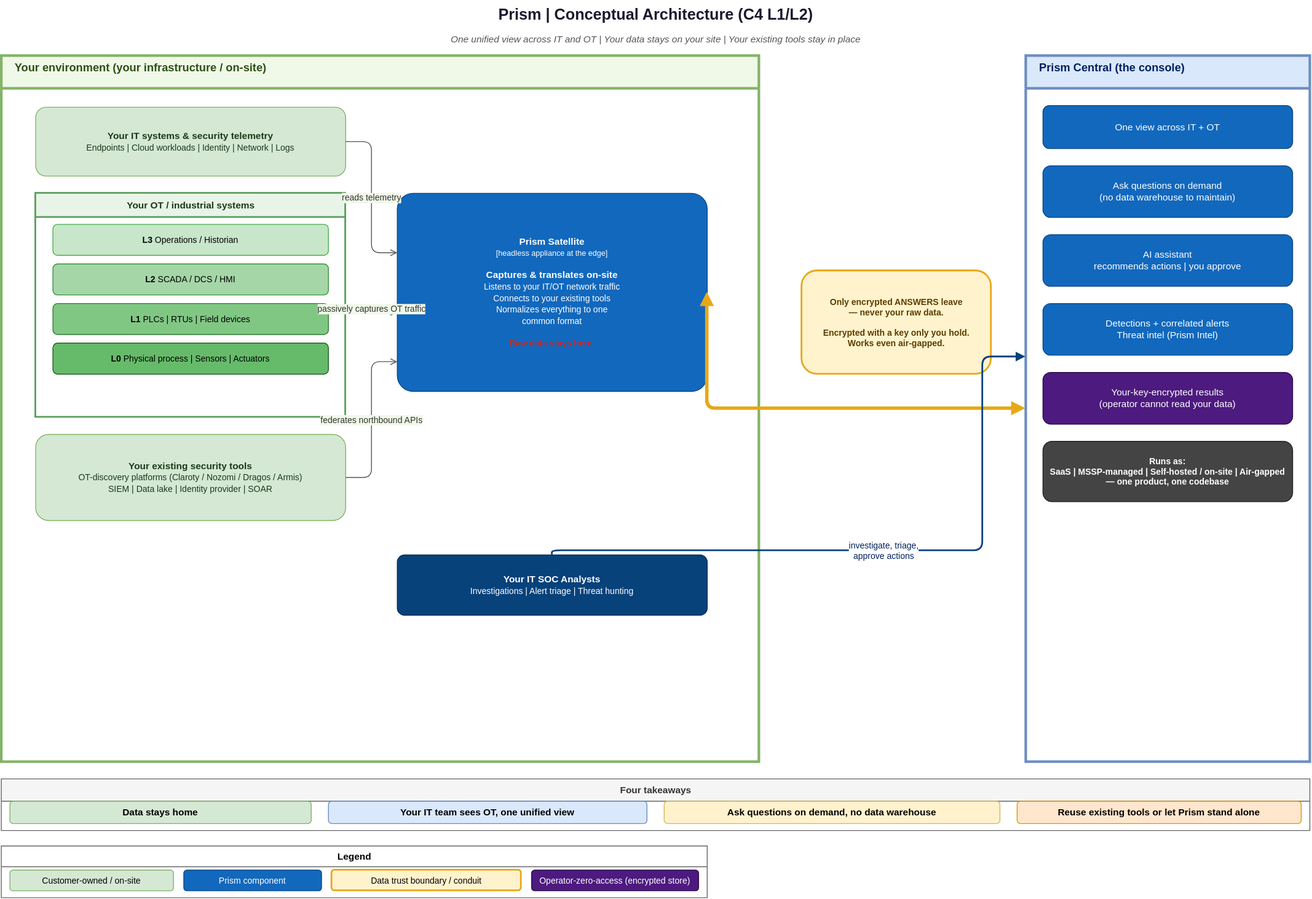
Above: specs/day2-design-decisions/diagrams/prism-architecture-conceptual.drawio.svg in drbothen/prism (draw.io), before the change. Source tidied: cells renumbered, new cells last; positions are measured from the earlier drawing's top-left corner, leaving out a move shared by most shapes. The source it was exported from:
```xml
<mxGraphModel>
  <root>
    <mxCell id="0" />
    <mxCell id="1" parent="0" />
    <mxCell id="2" value="Prism  |  Conceptual Architecture  (C4 L1/L2)" style="text;html=1;align=center;fontStyle=1;fontSize=18;fontColor=#1a1a2e;" parent="1" vertex="1">
      <mxGeometry width="1520" height="32" as="geometry" />
    </mxCell>
    <mxCell id="3" value="One unified view across IT and OT  |  Your data stays on your site  |  Your existing tools stay in place" style="text;html=1;align=center;fontSize=11;fontColor=#555555;fontStyle=2;" parent="1" vertex="1">
      <mxGeometry y="32" width="1520" height="20" as="geometry" />
    </mxCell>
    <mxCell id="4" value="Your environment  (your infrastructure / on-site)" style="swimlane;startSize=38;html=1;fontStyle=1;fontSize=13;fillColor=#f0f8e8;strokeColor=#82b366;strokeWidth=3;fontColor=#2d5016;verticalAlign=top;align=left;spacingLeft=14;" parent="1" vertex="1">
      <mxGeometry y="64" width="880" height="820" as="geometry" />
    </mxCell>
    <mxCell id="5" value="&lt;b&gt;Your IT systems &amp;amp; security telemetry&lt;/b&gt;&lt;br&gt;&lt;font style='font-size:10px'&gt;Endpoints  |  Cloud workloads  |  Identity  |  Network  |  Logs&lt;/font&gt;" style="rounded=1;whiteSpace=wrap;html=1;fillColor=#d5e8d4;strokeColor=#82b366;fontSize=11;fontColor=#1a3a1a;" parent="4" vertex="1">
      <mxGeometry x="40" y="60" width="360" height="80" as="geometry" />
    </mxCell>
    <mxCell id="6" value="Your OT / industrial systems" style="swimlane;startSize=28;html=1;fontStyle=1;fontSize=11;fillColor=#e8f4e8;strokeColor=#5a9e5a;strokeWidth=2;fontColor=#1a3a1a;" parent="4" vertex="1">
      <mxGeometry x="40" y="160" width="360" height="260" as="geometry" />
    </mxCell>
    <mxCell id="7" value="&lt;b&gt;L3&lt;/b&gt;  Operations / Historian" style="rounded=1;whiteSpace=wrap;html=1;fillColor=#c8e6c9;strokeColor=#4caf50;fontSize=10;" parent="6" vertex="1">
      <mxGeometry x="20" y="36" width="320" height="36" as="geometry" />
    </mxCell>
    <mxCell id="8" value="&lt;b&gt;L2&lt;/b&gt;  SCADA / DCS / HMI" style="rounded=1;whiteSpace=wrap;html=1;fillColor=#a5d6a7;strokeColor=#388e3c;fontSize=10;" parent="6" vertex="1">
      <mxGeometry x="20" y="82" width="320" height="36" as="geometry" />
    </mxCell>
    <mxCell id="9" value="&lt;b&gt;L1&lt;/b&gt;  PLCs  |  RTUs  |  Field devices" style="rounded=1;whiteSpace=wrap;html=1;fillColor=#81c784;strokeColor=#2e7d32;fontSize=10;" parent="6" vertex="1">
      <mxGeometry x="20" y="128" width="320" height="36" as="geometry" />
    </mxCell>
    <mxCell id="10" value="&lt;b&gt;L0&lt;/b&gt;  Physical process  |  Sensors  |  Actuators" style="rounded=1;whiteSpace=wrap;html=1;fillColor=#66bb6a;strokeColor=#1b5e20;fontSize=10;" parent="6" vertex="1">
      <mxGeometry x="20" y="174" width="320" height="36" as="geometry" />
    </mxCell>
    <mxCell id="11" value="&lt;b&gt;Your existing security tools&lt;/b&gt;&lt;br&gt;&lt;font style='font-size:10px'&gt;OT-discovery platforms (Claroty / Nozomi / Dragos / Armis)&lt;br&gt;SIEM  |  Data lake  |  Identity provider  |  SOAR&lt;/font&gt;" style="rounded=1;whiteSpace=wrap;html=1;fillColor=#d5e8d4;strokeColor=#82b366;fontSize=11;fontColor=#1a3a1a;" parent="4" vertex="1">
      <mxGeometry x="40" y="440" width="360" height="100" as="geometry" />
    </mxCell>
    <mxCell id="12" value="&lt;b&gt;Prism Satellite&lt;/b&gt;&lt;br&gt;&lt;font style='font-size:9px'&gt;[headless appliance at the edge]&lt;/font&gt;&lt;br&gt;&lt;br&gt;&lt;b&gt;Captures &amp;amp; translates on-site&lt;/b&gt;&lt;br&gt;&lt;font style='font-size:10px'&gt;Listens to your IT/OT network traffic&lt;br&gt;Connects to your existing tools&lt;br&gt;Normalizes everything to one&lt;br&gt;common format&lt;/font&gt;&lt;br&gt;&lt;br&gt;&lt;font style='font-size:10px;color:#c62828'&gt;&lt;b&gt;Raw data stays here.&lt;/b&gt;&lt;/font&gt;" style="rounded=1;whiteSpace=wrap;html=1;fillColor=#1168BD;strokeColor=#0B4884;fontColor=#ffffff;arcSize=8;fontSize=11;" parent="4" vertex="1">
      <mxGeometry x="460" y="160" width="360" height="230" as="geometry" />
    </mxCell>
    <mxCell id="13" value="reads telemetry" style="edgeStyle=orthogonalEdgeStyle;html=1;fontSize=10;endArrow=open;strokeColor=#555555;fontColor=#333333;labelBackgroundColor=#f0f8e8;exitX=1;exitY=0.5;entryX=0;entryY=0.3;" parent="4" edge="1" source="5" target="12">
      <mxGeometry relative="1" as="geometry" />
    </mxCell>
    <mxCell id="14" value="passively captures OT traffic" style="edgeStyle=orthogonalEdgeStyle;html=1;fontSize=10;endArrow=open;strokeColor=#555555;fontColor=#333333;labelBackgroundColor=#f0f8e8;exitX=1;exitY=0.5;entryX=0;entryY=0.6;" parent="4" edge="1" source="6" target="12">
      <mxGeometry relative="1" as="geometry" />
    </mxCell>
    <mxCell id="15" value="federates northbound APIs" style="edgeStyle=orthogonalEdgeStyle;html=1;fontSize=10;endArrow=open;strokeColor=#555555;fontColor=#333333;labelBackgroundColor=#f0f8e8;exitX=1;exitY=0.5;entryX=0;entryY=0.85;" parent="4" edge="1" source="11" target="12">
      <mxGeometry relative="1" as="geometry" />
    </mxCell>
    <mxCell id="16" value="&lt;b&gt;Your IT SOC Analysts&lt;/b&gt;&lt;br&gt;&lt;font style='font-size:10px'&gt;Investigations  |  Alert triage  |  Threat hunting&lt;/font&gt;" style="rounded=1;whiteSpace=wrap;html=1;fillColor=#08427B;strokeColor=#052E56;fontColor=#ffffff;arcSize=12;fontSize=11;" parent="4" vertex="1">
      <mxGeometry x="460" y="580" width="360" height="70" as="geometry" />
    </mxCell>
    <mxCell id="17" value="Only encrypted ANSWERS leave&#10;— never your raw data.&#10;&#10;Encrypted with a key only you hold.&#10;Works even air-gapped." style="rounded=1;whiteSpace=wrap;html=1;fillColor=#fff3cd;strokeColor=#e6a817;strokeWidth=2;fontSize=10;fontStyle=1;fontColor=#5c3d00;" parent="1" vertex="1">
      <mxGeometry x="930" y="314" width="220" height="120" as="geometry" />
    </mxCell>
    <mxCell id="18" style="edgeStyle=orthogonalEdgeStyle;html=1;endArrow=block;startArrow=block;startFill=1;endFill=1;strokeColor=#e6a817;strokeWidth=4;exitX=1;exitY=0.5;exitDx=0;exitDy=0;entryX=0;entryY=0.5;entryDx=0;entryDy=0;" parent="1" edge="1" source="12" target="19">
      <mxGeometry relative="1" as="geometry">
        <Array as="points">
          <mxPoint x="910" y="474" />
          <mxPoint x="910" y="474" />
        </Array>
      </mxGeometry>
    </mxCell>
    <mxCell id="19" value="Prism Central  (the console)" style="swimlane;startSize=38;html=1;fontStyle=1;fontSize=13;fillColor=#dae8fc;strokeColor=#6c8ebf;strokeWidth=3;fontColor=#002060;verticalAlign=top;align=left;spacingLeft=14;" parent="1" vertex="1">
      <mxGeometry x="1190" y="64" width="330" height="820" as="geometry" />
    </mxCell>
    <mxCell id="20" value="One view across IT + OT" style="rounded=1;whiteSpace=wrap;html=1;fillColor=#1168BD;strokeColor=#0B4884;fontColor=#ffffff;fontSize=11;" parent="19" vertex="1">
      <mxGeometry x="20" y="58" width="290" height="50" as="geometry" />
    </mxCell>
    <mxCell id="21" value="Ask questions on demand&#10;(no data warehouse to maintain)" style="rounded=1;whiteSpace=wrap;html=1;fillColor=#1168BD;strokeColor=#0B4884;fontColor=#ffffff;fontSize=11;" parent="19" vertex="1">
      <mxGeometry x="20" y="128" width="290" height="60" as="geometry" />
    </mxCell>
    <mxCell id="22" value="AI assistant&#10;recommends actions  |  you approve" style="rounded=1;whiteSpace=wrap;html=1;fillColor=#1168BD;strokeColor=#0B4884;fontColor=#ffffff;fontSize=11;" parent="19" vertex="1">
      <mxGeometry x="20" y="208" width="290" height="60" as="geometry" />
    </mxCell>
    <mxCell id="23" value="Detections + correlated alerts&#10;Threat intel (Prism Intel)" style="rounded=1;whiteSpace=wrap;html=1;fillColor=#1168BD;strokeColor=#0B4884;fontColor=#ffffff;fontSize=11;" parent="19" vertex="1">
      <mxGeometry x="20" y="288" width="290" height="60" as="geometry" />
    </mxCell>
    <mxCell id="24" value="Your-key-encrypted results&#10;(operator cannot read your data)" style="rounded=1;whiteSpace=wrap;html=1;fillColor=#4d1a7f;strokeColor=#2e0d4d;fontColor=#ffffff;fontSize=11;" parent="19" vertex="1">
      <mxGeometry x="20" y="368" width="290" height="60" as="geometry" />
    </mxCell>
    <mxCell id="25" value="Runs as:&#10;SaaS  |  MSSP-managed  |  Self-hosted / on-site  |  Air-gapped&#10;— one product, one codebase" style="rounded=1;whiteSpace=wrap;html=1;fillColor=#444444;strokeColor=#222222;fontColor=#ffffff;fontSize=10;fontStyle=1;" parent="19" vertex="1">
      <mxGeometry x="20" y="448" width="290" height="70" as="geometry" />
    </mxCell>
    <mxCell id="26" value="investigate, triage,&#10;approve actions" style="edgeStyle=orthogonalEdgeStyle;html=1;fontSize=10;endArrow=block;strokeColor=#08427B;strokeWidth=2;fontColor=#002060;labelBackgroundColor=#ffffff;" parent="1" edge="1" source="16" target="19">
      <mxGeometry relative="1" as="geometry">
        <Array as="points">
          <mxPoint x="1140" y="639" />
          <mxPoint x="1140" y="414" />
        </Array>
      </mxGeometry>
    </mxCell>
    <mxCell id="27" value="Four takeaways" style="swimlane;startSize=26;html=1;fontStyle=1;fontSize=11;fillColor=#f5f5f5;strokeColor=#666666;fontColor=#333333;" parent="1" vertex="1">
      <mxGeometry y="904" width="1520" height="60" as="geometry" />
    </mxCell>
    <mxCell id="28" value="Data stays home" style="rounded=1;whiteSpace=wrap;html=1;fillColor=#d5e8d4;strokeColor=#82b366;fontSize=11;fontStyle=1;" parent="27" vertex="1">
      <mxGeometry x="10" y="26" width="350" height="26" as="geometry" />
    </mxCell>
    <mxCell id="29" value="Your IT team sees OT, one unified view" style="rounded=1;whiteSpace=wrap;html=1;fillColor=#dae8fc;strokeColor=#6c8ebf;fontSize=11;fontStyle=1;" parent="27" vertex="1">
      <mxGeometry x="380" y="26" width="370" height="26" as="geometry" />
    </mxCell>
    <mxCell id="30" value="Ask questions on demand, no data warehouse" style="rounded=1;whiteSpace=wrap;html=1;fillColor=#fff2cc;strokeColor=#d6b656;fontSize=11;fontStyle=1;" parent="27" vertex="1">
      <mxGeometry x="770" y="26" width="390" height="26" as="geometry" />
    </mxCell>
    <mxCell id="31" value="Reuse existing tools or let Prism stand alone" style="rounded=1;whiteSpace=wrap;html=1;fillColor=#ffe6cc;strokeColor=#d79b00;fontSize=11;fontStyle=1;" parent="27" vertex="1">
      <mxGeometry x="1180" y="26" width="330" height="26" as="geometry" />
    </mxCell>
    <mxCell id="32" value="Legend" style="swimlane;startSize=24;html=1;fontStyle=1;fontSize=11;fillColor=#ffffff;strokeColor=#666666;" parent="1" vertex="1">
      <mxGeometry y="982" width="820" height="60" as="geometry" />
    </mxCell>
    <mxCell id="33" value="Customer-owned / on-site" style="rounded=1;whiteSpace=wrap;html=1;fillColor=#d5e8d4;strokeColor=#82b366;fontSize=10;" parent="32" vertex="1">
      <mxGeometry x="10" y="28" width="190" height="24" as="geometry" />
    </mxCell>
    <mxCell id="34" value="Prism component" style="rounded=1;whiteSpace=wrap;html=1;fillColor=#1168BD;strokeColor=#0B4884;fontColor=#ffffff;fontSize=10;" parent="32" vertex="1">
      <mxGeometry x="212" y="28" width="160" height="24" as="geometry" />
    </mxCell>
    <mxCell id="35" value="Data trust boundary / conduit" style="rounded=1;whiteSpace=wrap;html=1;fillColor=#fff3cd;strokeColor=#e6a817;strokeWidth=2;fontSize=10;" parent="32" vertex="1">
      <mxGeometry x="384" y="28" width="220" height="24" as="geometry" />
    </mxCell>
    <mxCell id="36" value="Operator-zero-access (encrypted store)" style="rounded=1;whiteSpace=wrap;html=1;fillColor=#4d1a7f;strokeColor=#2e0d4d;fontColor=#ffffff;fontSize=10;" parent="32" vertex="1">
      <mxGeometry x="616" y="28" width="194" height="24" as="geometry" />
    </mxCell>
  </root>
</mxGraphModel>
```
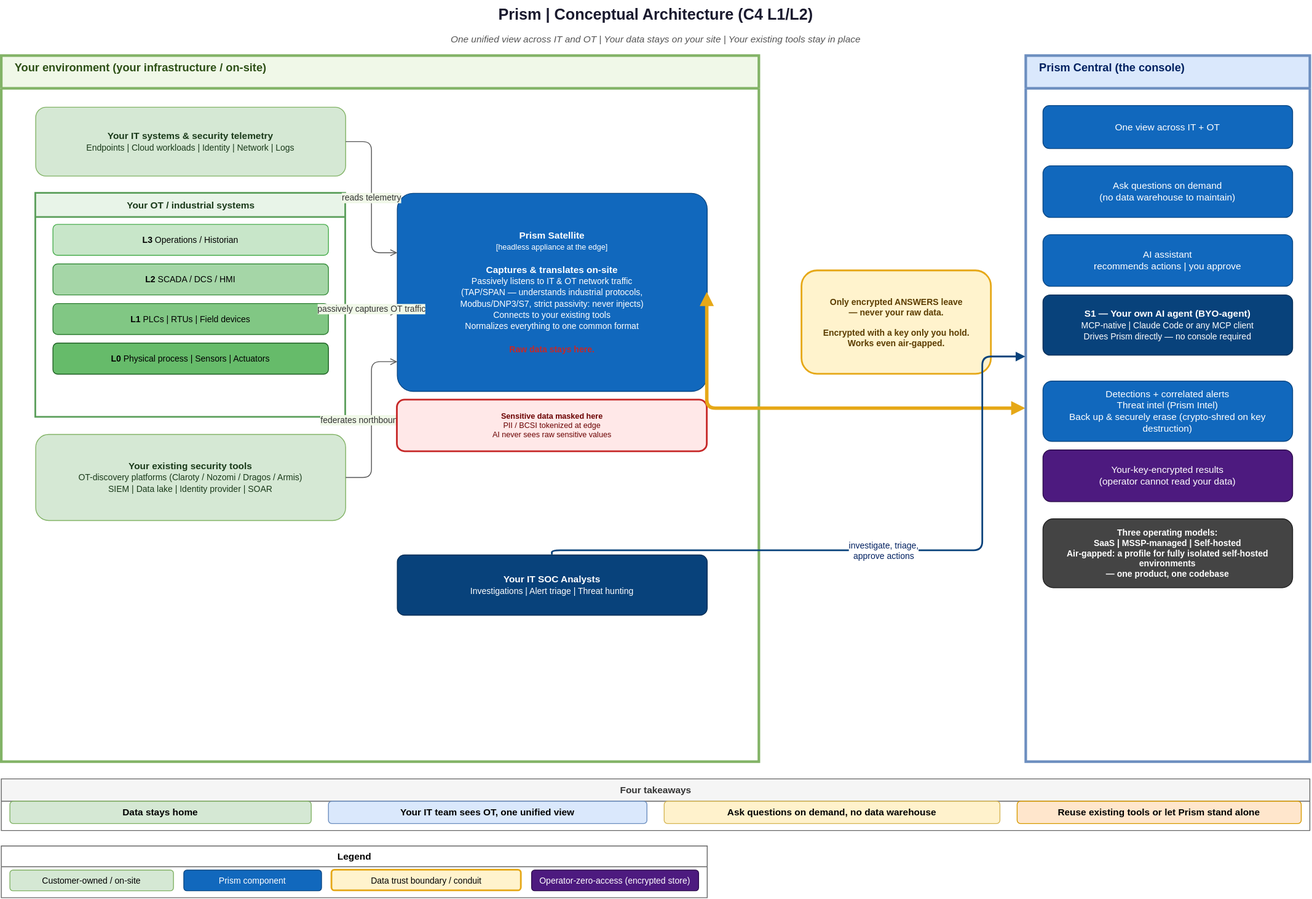
Later version of the same file.

Change to the diagram source:
```diff
@@ -32,7 +32,7 @@
     <mxCell id="11" value="&lt;b&gt;Your existing security tools&lt;/b&gt;&lt;br&gt;&lt;font style='font-size:10px'&gt;OT-discovery platforms (Claroty / Nozomi / Dragos / Armis)&lt;br&gt;SIEM  |  Data lake  |  Identity provider  |  SOAR&lt;/font&gt;" style="rounded=1;whiteSpace=wrap;html=1;fillColor=#d5e8d4;strokeColor=#82b366;fontSize=11;fontColor=#1a3a1a;" parent="4" vertex="1">
       <mxGeometry x="40" y="440" width="360" height="100" as="geometry" />
     </mxCell>
-    <mxCell id="12" value="&lt;b&gt;Prism Satellite&lt;/b&gt;&lt;br&gt;&lt;font style='font-size:9px'&gt;[headless appliance at the edge]&lt;/font&gt;&lt;br&gt;&lt;br&gt;&lt;b&gt;Captures &amp;amp; translates on-site&lt;/b&gt;&lt;br&gt;&lt;font style='font-size:10px'&gt;Listens to your IT/OT network traffic&lt;br&gt;Connects to your existing tools&lt;br&gt;Normalizes everything to one&lt;br&gt;common format&lt;/font&gt;&lt;br&gt;&lt;br&gt;&lt;font style='font-size:10px;color:#c62828'&gt;&lt;b&gt;Raw data stays here.&lt;/b&gt;&lt;/font&gt;" style="rounded=1;whiteSpace=wrap;html=1;fillColor=#1168BD;strokeColor=#0B4884;fontColor=#ffffff;arcSize=8;fontSize=11;" parent="4" vertex="1">
+    <mxCell id="12" value="&lt;b&gt;Prism Satellite&lt;/b&gt;&lt;br&gt;&lt;font style='font-size:9px'&gt;[headless appliance at the edge]&lt;/font&gt;&lt;br&gt;&lt;br&gt;&lt;b&gt;Captures &amp;amp; translates on-site&lt;/b&gt;&lt;br&gt;&lt;font style='font-size:10px'&gt;Passively listens to IT &amp;amp; OT network traffic&lt;br&gt;(TAP/SPAN — understands industrial protocols,&lt;br&gt;Modbus/DNP3/S7, strict passivity: never injects)&lt;br&gt;Connects to your existing tools&lt;br&gt;Normalizes everything to one common format&lt;/font&gt;&lt;br&gt;&lt;br&gt;&lt;font style='font-size:10px;color:#c62828'&gt;&lt;b&gt;Raw data stays here.&lt;/b&gt;&lt;/font&gt;" style="rounded=1;whiteSpace=wrap;html=1;fillColor=#1168BD;strokeColor=#0B4884;fontColor=#ffffff;arcSize=8;fontSize=11;" parent="4" vertex="1">
       <mxGeometry x="460" y="160" width="360" height="230" as="geometry" />
     </mxCell>
     <mxCell id="13" value="reads telemetry" style="edgeStyle=orthogonalEdgeStyle;html=1;fontSize=10;endArrow=open;strokeColor=#555555;fontColor=#333333;labelBackgroundColor=#f0f8e8;exitX=1;exitY=0.5;entryX=0;entryY=0.3;" parent="4" edge="1" source="5" target="12">
@@ -44,6 +44,9 @@
     <mxCell id="15" value="federates northbound APIs" style="edgeStyle=orthogonalEdgeStyle;html=1;fontSize=10;endArrow=open;strokeColor=#555555;fontColor=#333333;labelBackgroundColor=#f0f8e8;exitX=1;exitY=0.5;entryX=0;entryY=0.85;" parent="4" edge="1" source="11" target="12">
       <mxGeometry relative="1" as="geometry" />
     </mxCell>
+    <mxCell id="37" value="&lt;font style='font-size:9px;color:#6a0000'&gt;&lt;b&gt;Sensitive data masked here&lt;/b&gt;&lt;br&gt;PII / BCSI tokenized at edge&lt;br&gt;AI never sees raw sensitive values&lt;/font&gt;" style="rounded=1;whiteSpace=wrap;html=1;fillColor=#ffe8e8;strokeColor=#c62828;strokeWidth=2;fontSize=9;" parent="4" vertex="1">
+      <mxGeometry x="460" y="400" width="360" height="60" as="geometry" />
+    </mxCell>
     <mxCell id="16" value="&lt;b&gt;Your IT SOC Analysts&lt;/b&gt;&lt;br&gt;&lt;font style='font-size:10px'&gt;Investigations  |  Alert triage  |  Threat hunting&lt;/font&gt;" style="rounded=1;whiteSpace=wrap;html=1;fillColor=#08427B;strokeColor=#052E56;fontColor=#ffffff;arcSize=12;fontSize=11;" parent="4" vertex="1">
       <mxGeometry x="460" y="580" width="360" height="70" as="geometry" />
     </mxCell>
@@ -70,14 +73,17 @@
     <mxCell id="22" value="AI assistant&#10;recommends actions  |  you approve" style="rounded=1;whiteSpace=wrap;html=1;fillColor=#1168BD;strokeColor=#0B4884;fontColor=#ffffff;fontSize=11;" parent="19" vertex="1">
       <mxGeometry x="20" y="208" width="290" height="60" as="geometry" />
     </mxCell>
+    <mxCell id="38" value="&lt;b&gt;S1 — Your own AI agent (BYO-agent)&lt;/b&gt;&lt;br&gt;&lt;font style='font-size:10px'&gt;MCP-native  |  Claude Code or any MCP client&lt;br&gt;Drives Prism directly — no console required&lt;/font&gt;" style="rounded=1;whiteSpace=wrap;html=1;fillColor=#08427B;strokeColor=#052E56;fontColor=#ffffff;arcSize=12;fontSize=11;" parent="19" vertex="1">
+      <mxGeometry x="20" y="278" width="290" height="70" as="geometry" />
+    </mxCell>
-    <mxCell id="23" value="Detections + correlated alerts&#10;Threat intel (Prism Intel)" style="rounded=1;whiteSpace=wrap;html=1;fillColor=#1168BD;strokeColor=#0B4884;fontColor=#ffffff;fontSize=11;" parent="19" vertex="1">
-      <mxGeometry x="20" y="288" width="290" height="60" as="geometry" />
+    <mxCell id="23" value="Detections + correlated alerts&#10;Threat intel (Prism Intel)&#10;Back up &amp;amp; securely erase (crypto-shred on key destruction)" style="rounded=1;whiteSpace=wrap;html=1;fillColor=#1168BD;strokeColor=#0B4884;fontColor=#ffffff;fontSize=11;" parent="19" vertex="1">
+      <mxGeometry x="20" y="378" width="290" height="70" as="geometry" />
     </mxCell>
     <mxCell id="24" value="Your-key-encrypted results&#10;(operator cannot read your data)" style="rounded=1;whiteSpace=wrap;html=1;fillColor=#4d1a7f;strokeColor=#2e0d4d;fontColor=#ffffff;fontSize=11;" parent="19" vertex="1">
-      <mxGeometry x="20" y="368" width="290" height="60" as="geometry" />
+      <mxGeometry x="20" y="458" width="290" height="60" as="geometry" />
     </mxCell>
-    <mxCell id="25" value="Runs as:&#10;SaaS  |  MSSP-managed  |  Self-hosted / on-site  |  Air-gapped&#10;— one product, one codebase" style="rounded=1;whiteSpace=wrap;html=1;fillColor=#444444;strokeColor=#222222;fontColor=#ffffff;fontSize=10;fontStyle=1;" parent="19" vertex="1">
-      <mxGeometry x="20" y="448" width="290" height="70" as="geometry" />
+    <mxCell id="25" value="Three operating models:&#10;SaaS  |  MSSP-managed  |  Self-hosted&#10;Air-gapped: a profile for fully isolated self-hosted environments&#10;— one product, one codebase" style="rounded=1;whiteSpace=wrap;html=1;fillColor=#444444;strokeColor=#222222;fontColor=#ffffff;fontSize=10;fontStyle=1;" parent="19" vertex="1">
+      <mxGeometry x="20" y="538" width="290" height="80" as="geometry" />
     </mxCell>
     <mxCell id="26" value="investigate, triage,&#10;approve actions" style="edgeStyle=orthogonalEdgeStyle;html=1;fontSize=10;endArrow=block;strokeColor=#08427B;strokeWidth=2;fontColor=#002060;labelBackgroundColor=#ffffff;" parent="1" edge="1" source="16" target="19">
       <mxGeometry relative="1" as="geometry">
```
